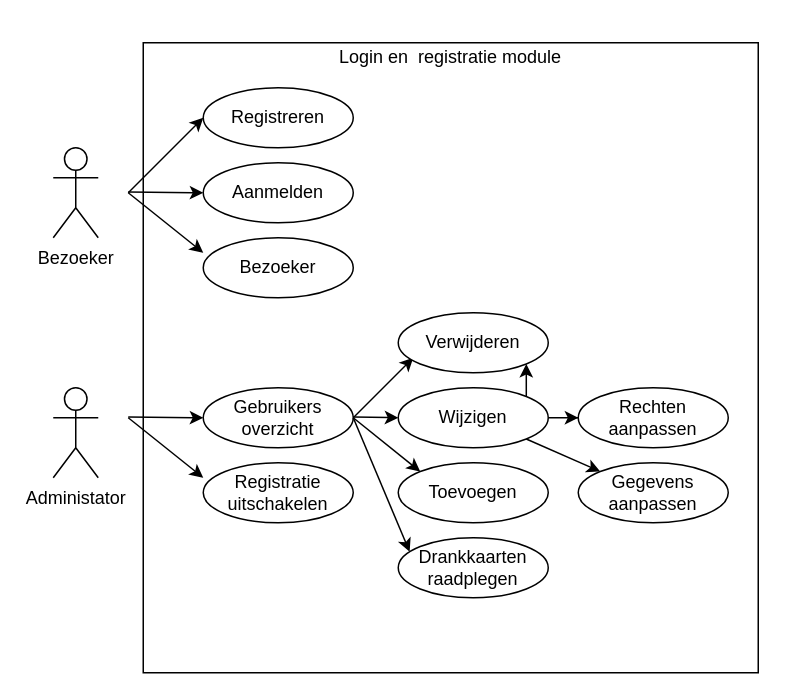
Earlier version of the draw.io diagram Analyse/LoginEnRegistratie.drawio (DDaems/startspeler). Source tidied: cells renumbered, new cells numbered last; positions are measured from the earlier drawing's top-left corner, leaving out a move shared by most shapes. Both pictures are drawn from the tidied source at 150%, with x=0, y=0 at pixel (52, 42).
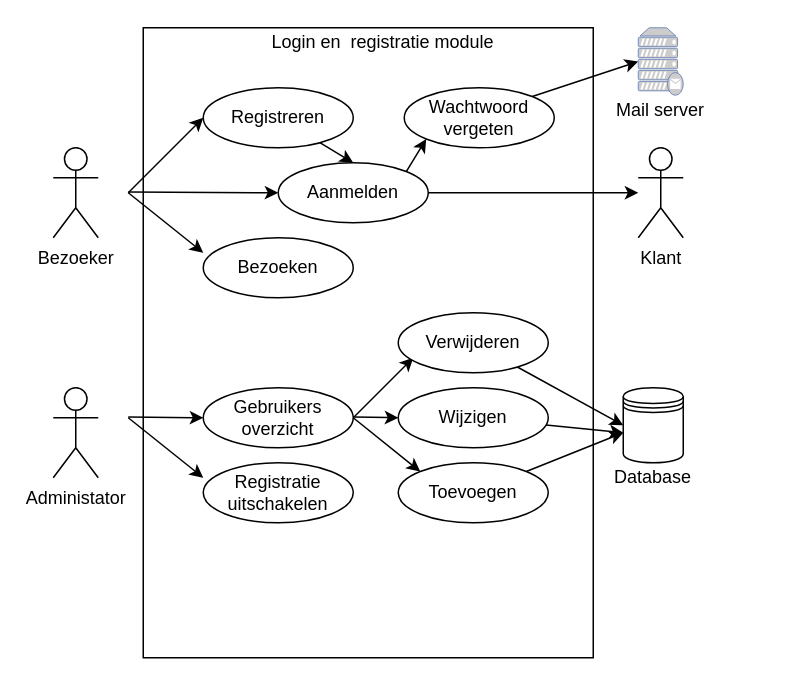
After the change.

Commit message (it also covers changes not shown here):
Aanpassingen maken, zodat de usecase beschrijvingen dezelfde structuur heeft

Unchanged cells that the change refers to:
```xml
<mxCell id="7" value="Registreren" style="ellipse;whiteSpace=wrap;html=1;align=center;" parent="1" vertex="1">
  <mxGeometry x="100" y="30" width="100" height="40" as="geometry" />
</mxCell>
<mxCell id="16" value="Verwijderen" style="ellipse;whiteSpace=wrap;html=1;align=center;" parent="1" vertex="1">
  <mxGeometry x="230" y="180" width="100" height="40" as="geometry" />
</mxCell>
<mxCell id="22" value="Wijzigen" style="ellipse;whiteSpace=wrap;html=1;align=center;" parent="1" vertex="1">
  <mxGeometry x="230" y="230" width="100" height="40" as="geometry" />
</mxCell>
<mxCell id="23" value="Toevoegen" style="ellipse;whiteSpace=wrap;html=1;align=center;" parent="1" vertex="1">
  <mxGeometry x="230" y="280" width="100" height="40" as="geometry" />
</mxCell>
```

The edit, as a diff of the source:
```diff
@@
     <mxCell id="2" style="rounded=0;whiteSpace=wrap;html=1;" parent="1" vertex="1">
-      <mxGeometry x="60" width="410" height="420" as="geometry" />
+      <mxGeometry x="60" y="-10" width="300" height="420" as="geometry" />
     </mxCell>
@@
-    <mxCell id="4" style="endArrow=classic;html=1;" parent="1" edge="1">
+    <mxCell id="4" style="endArrow=classic;html=1;" parent="1" edge="1" target="6">
       <mxGeometry relative="1" as="geometry">
         <mxPoint x="50" y="99.5" as="sourcePoint" />
-        <mxPoint x="100" y="100" as="targetPoint" />
       </mxGeometry>
     </mxCell>
@@
+    <mxCell id="29" style="edgeStyle=none;rounded=0;jettySize=auto;html=1;" parent="1" edge="1" source="6" target="35">
+      <mxGeometry relative="1" as="geometry" />
+    </mxCell>
+    <mxCell id="30" style="rounded=0;jettySize=auto;html=1;exitX=1;exitY=0;exitDx=0;exitDy=0;entryX=0;entryY=1;entryDx=0;entryDy=0;" parent="1" edge="1" source="6" target="39">
+      <mxGeometry relative="1" as="geometry" />
+    </mxCell>
     <mxCell id="6" value="Aanmelden" style="ellipse;whiteSpace=wrap;html=1;align=center;" parent="1" vertex="1">
-      <mxGeometry x="100" y="80" width="100" height="40" as="geometry" />
+      <mxGeometry x="150" y="80" width="100" height="40" as="geometry" />
     </mxCell>
+    <mxCell id="31" style="rounded=0;jettySize=auto;html=1;entryX=0.5;entryY=0;entryDx=0;entryDy=0;" parent="1" edge="1" source="7" target="6">
+      <mxGeometry relative="1" as="geometry" />
+    </mxCell>
@@
-    <mxCell id="9" value="Bezoeker" style="ellipse;whiteSpace=wrap;html=1;align=center;" parent="1" vertex="1">
+    <mxCell id="9" value="Bezoeken" style="ellipse;whiteSpace=wrap;html=1;align=center;" parent="1" vertex="1">
       <mxGeometry x="100" y="130" width="100" height="40" as="geometry" />
     </mxCell>
     <mxCell id="10" value="Login en&amp;nbsp; registratie module" style="text;html=1;strokeColor=none;fillColor=none;align=center;verticalAlign=middle;whiteSpace=wrap;rounded=0;" parent="1" vertex="1">
-      <mxGeometry x="175" width="180" height="20" as="geometry" />
+      <mxGeometry x="130" y="-10" width="180" height="20" as="geometry" />
     </mxCell>
@@
+    <mxCell id="32" style="edgeStyle=none;rounded=0;jettySize=auto;html=1;entryX=0;entryY=0.5;entryDx=0;entryDy=0;" parent="1" edge="1" source="16" target="36">
+      <mxGeometry relative="1" as="geometry" />
+    </mxCell>
@@
-    <mxCell id="19" style="edgeStyle=orthogonalEdgeStyle;rounded=0;jettySize=auto;html=1;entryX=0;entryY=0.5;entryDx=0;entryDy=0;" parent="1" edge="1" source="22" target="27">
-      <mxGeometry relative="1" as="geometry" />
-    </mxCell>
-    <mxCell id="20" style="rounded=0;jettySize=auto;html=1;exitX=1;exitY=0;exitDx=0;exitDy=0;entryX=1;entryY=1;entryDx=0;entryDy=0;" parent="1" edge="1" source="22" target="16">
-      <mxGeometry relative="1" as="geometry" />
-    </mxCell>
-    <mxCell id="21" style="edgeStyle=none;rounded=0;jettySize=auto;html=1;exitX=1;exitY=1;exitDx=0;exitDy=0;entryX=0;entryY=0;entryDx=0;entryDy=0;" parent="1" edge="1" source="22" target="28">
-      <mxGeometry relative="1" as="geometry" />
-    </mxCell>
+    <mxCell id="33" style="edgeStyle=none;rounded=0;jettySize=auto;html=1;" parent="1" edge="1" source="22">
+      <mxGeometry relative="1" as="geometry">
+        <mxPoint x="380" y="260" as="targetPoint" />
+      </mxGeometry>
+    </mxCell>
@@
+    <mxCell id="34" style="edgeStyle=none;rounded=0;jettySize=auto;html=1;" parent="1" edge="1" source="23">
+      <mxGeometry relative="1" as="geometry">
+        <mxPoint x="380" y="260" as="targetPoint" />
+      </mxGeometry>
+    </mxCell>
@@
-    <mxCell id="25" style="endArrow=classic;html=1;entryX=0.076;entryY=0.235;entryDx=0;entryDy=0;entryPerimeter=0;" parent="1" edge="1" target="26">
-      <mxGeometry relative="1" as="geometry">
-        <mxPoint x="200" y="250" as="sourcePoint" />
-      </mxGeometry>
-    </mxCell>
-    <mxCell id="26" value="Drankkaarten raadplegen" style="ellipse;whiteSpace=wrap;html=1;align=center;" parent="1" vertex="1">
-      <mxGeometry x="230" y="330" width="100" height="40" as="geometry" />
-    </mxCell>
-    <mxCell id="27" value="Rechten aanpassen" style="ellipse;whiteSpace=wrap;html=1;align=center;" parent="1" vertex="1">
-      <mxGeometry x="350" y="230" width="100" height="40" as="geometry" />
-    </mxCell>
-    <mxCell id="28" value="Gegevens aanpassen" style="ellipse;whiteSpace=wrap;html=1;align=center;" parent="1" vertex="1">
-      <mxGeometry x="350" y="280" width="100" height="40" as="geometry" />
-    </mxCell>
+    <mxCell id="35" value="Klant" style="shape=umlActor;verticalLabelPosition=bottom;verticalAlign=top;html=1;outlineConnect=0;" parent="1" vertex="1">
+      <mxGeometry x="390" y="70" width="30" height="60" as="geometry" />
+    </mxCell>
+    <mxCell id="36" style="shape=datastore;whiteSpace=wrap;html=1;" parent="1" vertex="1">
+      <mxGeometry x="380" y="230" width="40" height="50" as="geometry" />
+    </mxCell>
+    <mxCell id="37" value="Database" style="text;html=1;strokeColor=none;fillColor=none;align=center;verticalAlign=middle;whiteSpace=wrap;rounded=0;" parent="1" vertex="1">
+      <mxGeometry x="380" y="280" width="40" height="20" as="geometry" />
+    </mxCell>
+    <mxCell id="38" style="edgeStyle=none;rounded=0;jettySize=auto;html=1;exitX=1;exitY=0;exitDx=0;exitDy=0;entryX=0;entryY=0.5;entryDx=0;entryDy=0;entryPerimeter=0;" parent="1" edge="1" source="39" target="40">
+      <mxGeometry relative="1" as="geometry" />
+    </mxCell>
+    <mxCell id="39" value="Wachtwoord vergeten" style="ellipse;whiteSpace=wrap;html=1;align=center;" parent="1" vertex="1">
+      <mxGeometry x="234" y="30" width="100" height="40" as="geometry" />
+    </mxCell>
+    <mxCell id="40" style="fontColor=#0066CC;verticalAlign=top;verticalLabelPosition=bottom;labelPosition=center;align=center;html=1;outlineConnect=0;fillColor=#CCCCCC;strokeColor=#6881B3;gradientColor=none;gradientDirection=north;strokeWidth=2;shape=mxgraph.networks.mail_server;" parent="1" vertex="1">
+      <mxGeometry x="390" y="-10" width="30" height="45" as="geometry" />
+    </mxCell>
+    <mxCell id="41" value="Mail server" style="text;html=1;strokeColor=none;fillColor=none;align=center;verticalAlign=middle;whiteSpace=wrap;rounded=0;" parent="1" vertex="1">
+      <mxGeometry x="365" y="35" width="80" height="20" as="geometry" />
+    </mxCell>
```
